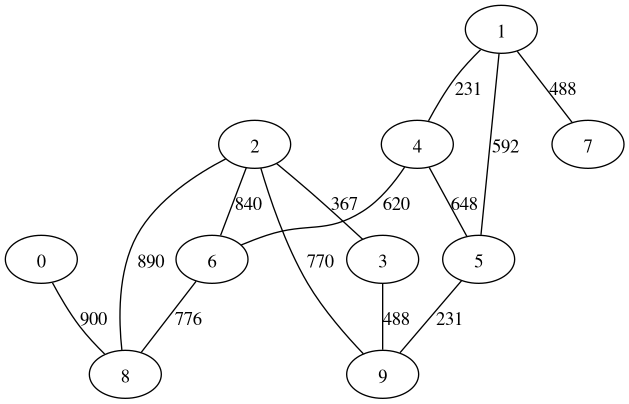
Pawlo83/OK keeps this Graphviz diagram as graph.png. Above is the earlier version. Its source is kept beside it as graph.dot.
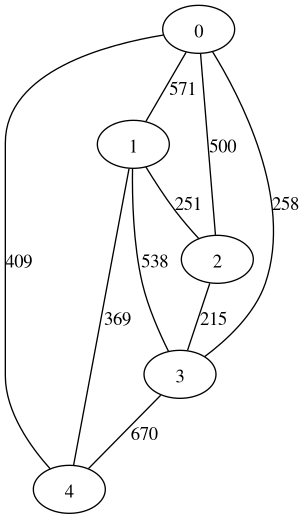
The same diagram one commit later.

The edit, as a diff of the source:
```diff
@@ -1,15 +1,11 @@
 graph G {
-  0 -- 8 [label="900"]
-  1 -- 4 [label="231"]
-  1 -- 5 [label="592"]
-  1 -- 7 [label="488"]
-  2 -- 3 [label="367"]
-  2 -- 6 [label="840"]
-  2 -- 8 [label="890"]
-  2 -- 9 [label="770"]
-  3 -- 9 [label="488"]
-  4 -- 5 [label="648"]
-  4 -- 6 [label="620"]
-  5 -- 9 [label="231"]
-  6 -- 8 [label="776"]
+  0 -- 1 [label="571"]
+  0 -- 2 [label="500"]
+  0 -- 3 [label="258"]
+  0 -- 4 [label="409"]
+  1 -- 2 [label="251"]
+  1 -- 3 [label="538"]
+  1 -- 4 [label="369"]
+  2 -- 3 [label="215"]
+  3 -- 4 [label="670"]
 }
```
